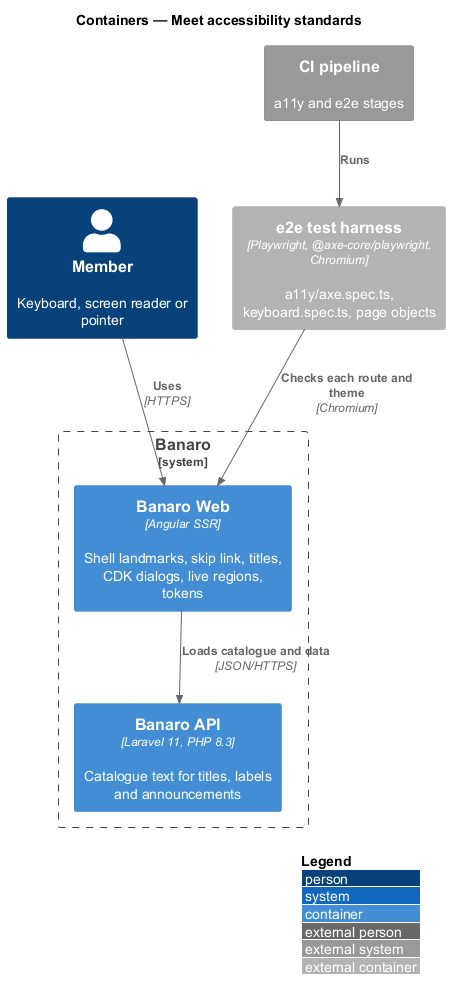
Above: docs/detailed-designs/user-experience/meet-accessibility-standards/diagrams/c4-container.png in QuinntyneBrown/banaro (PlantUML), before the change.
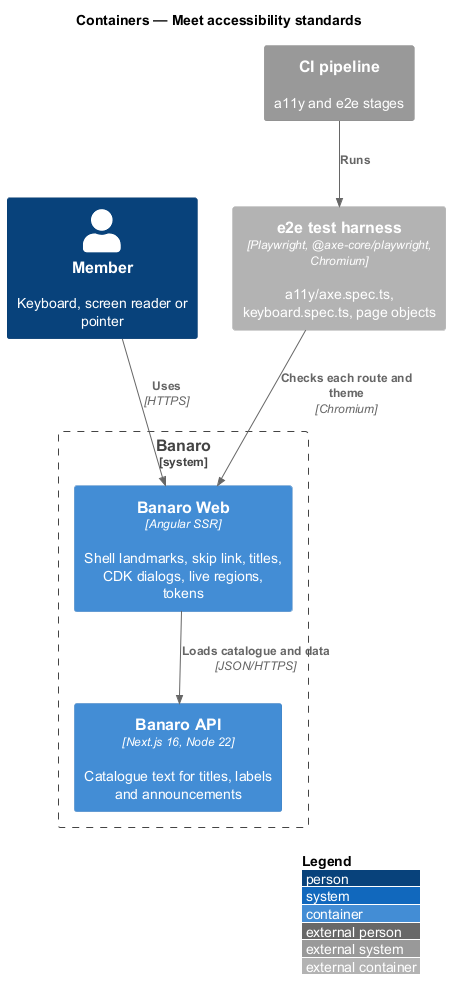
Later version of the same file.

Change to the diagram source:
```diff
@@ -9,7 +9,7 @@
 
 System_Boundary(banaro, "Banaro") {
   Container(web, "Banaro Web", "Angular SSR", "Shell landmarks, skip link, titles, CDK dialogs, live regions, tokens")
-  Container(api, "Banaro API", "Laravel 11, PHP 8.3", "Catalogue text for titles, labels and announcements")
+  Container(api, "Banaro API", "Next.js 16, Node 22", "Catalogue text for titles, labels and announcements")
 }
 
 Rel(member, web, "Uses", "HTTPS")
```
